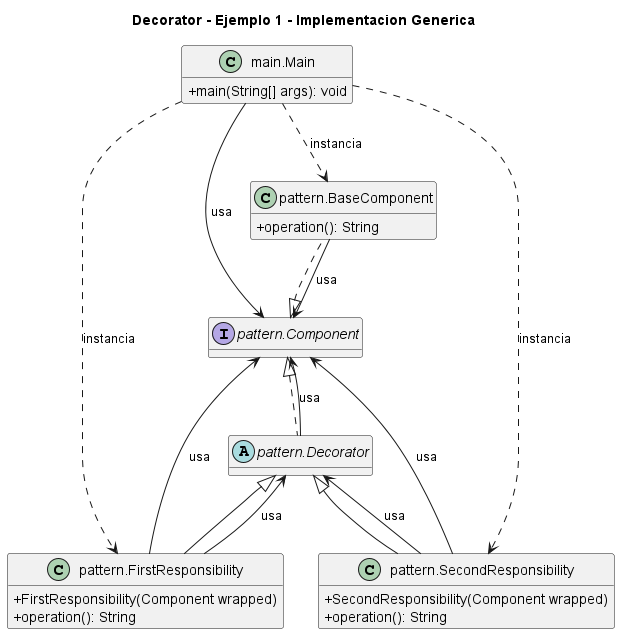
NicoCG32/Patrones-de-Software-y-Programacion-UCN keeps this PlantUML diagram as 2. Estructurales/Decorator/Ejemplo 1 - Implementacion Generica/UML.png. Above is the earlier version.
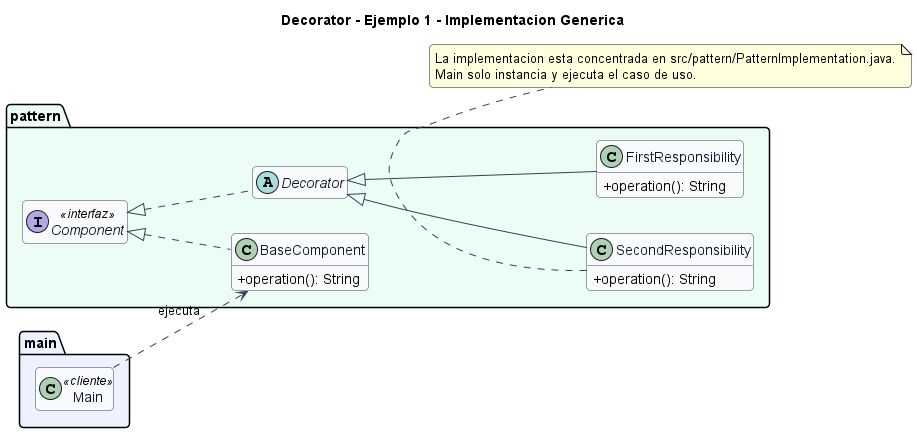
Later version of the same file.

Diff of the diagram source:
```diff
@@ -1,37 +1,46 @@
 @startuml
 title Decorator - Ejemplo 1 - Implementacion Generica
+left to right direction
+skinparam backgroundColor #FFFFFF
+skinparam shadowing false
+skinparam roundcorner 8
 skinparam classAttributeIconSize 0
-hide empty fields
-class "main.Main" as main_Main {
-  +main(String[] args): void
+skinparam class {
+  BackgroundColor #F8FAFC
+  BorderColor #334155
+  ArrowColor #334155
+  FontColor #0F172A
 }
-class "pattern.BaseComponent" as pattern_BaseComponent {
-  +operation(): String
+hide empty members
+
+package "main" #EEF2FF {
+  class Main <<cliente>>
 }
-interface "pattern.Component" as pattern_Component {
+
+package "pattern" #ECFDF5 {
+  class BaseComponent {
+    +operation(): String
+  }
+  interface Component <<interfaz>> {
+  }
+  abstract class Decorator {
+  }
+  class FirstResponsibility {
+    +operation(): String
+  }
+  class SecondResponsibility {
+    +operation(): String
+  }
 }
-abstract class "pattern.Decorator" as pattern_Decorator {
-}
-class "pattern.FirstResponsibility" as pattern_FirstResponsibility {
-  +FirstResponsibility(Component wrapped)
-  +operation(): String
-}
-class "pattern.SecondResponsibility" as pattern_SecondResponsibility {
-  +SecondResponsibility(Component wrapped)
-  +operation(): String
-}
-pattern_Component <|.. pattern_BaseComponent
-pattern_Component <|.. pattern_Decorator
-pattern_Decorator <|-- pattern_FirstResponsibility
-pattern_Decorator <|-- pattern_SecondResponsibility
-main_Main ..> pattern_BaseComponent : instancia
-main_Main --> pattern_Component : usa
-main_Main ..> pattern_FirstResponsibility : instancia
-main_Main ..> pattern_SecondResponsibility : instancia
-pattern_BaseComponent --> pattern_Component : usa
-pattern_Decorator --> pattern_Component : usa
-pattern_FirstResponsibility --> pattern_Component : usa
-pattern_FirstResponsibility --> pattern_Decorator : usa
-pattern_SecondResponsibility --> pattern_Component : usa
-pattern_SecondResponsibility --> pattern_Decorator : usa
+
+Component <|.. BaseComponent
+Component <|.. Decorator
+Decorator <|-- FirstResponsibility
+Decorator <|-- SecondResponsibility
+Main ..> BaseComponent : ejecuta
+
+note bottom
+La implementacion esta concentrada en src/pattern/PatternImplementation.java.
+Main solo instancia y ejecuta el caso de uso.
+end note
 @enduml
```
